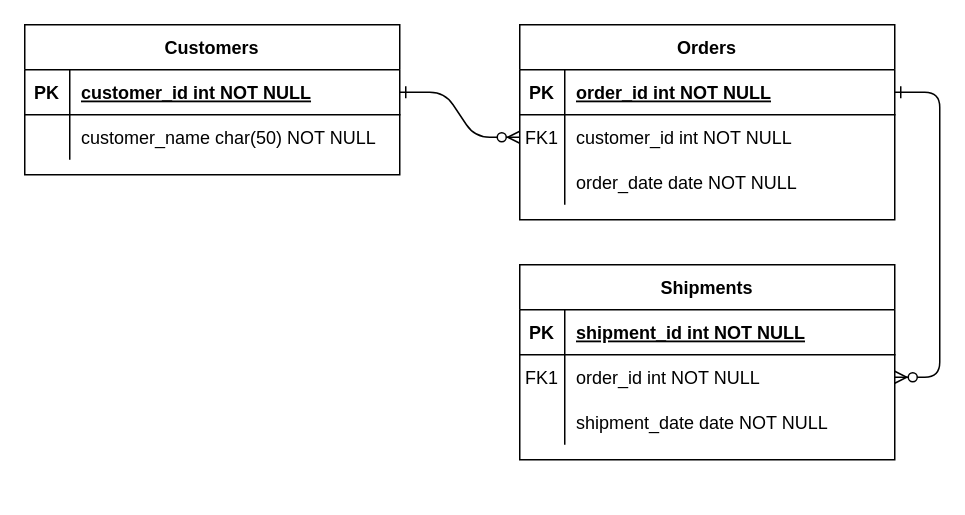
This is resource/제목 없는 다이어그램.drawio from cryscham123/ERdiagram, a draw.io file, before an edit. Source tidied: cells renumbered, new cells numbered last; positions are measured from the earlier drawing's top-left corner, leaving out a move shared by most shapes. Both pictures are drawn from the tidied source at 150%, with x=0, y=0 at pixel (24, 24).
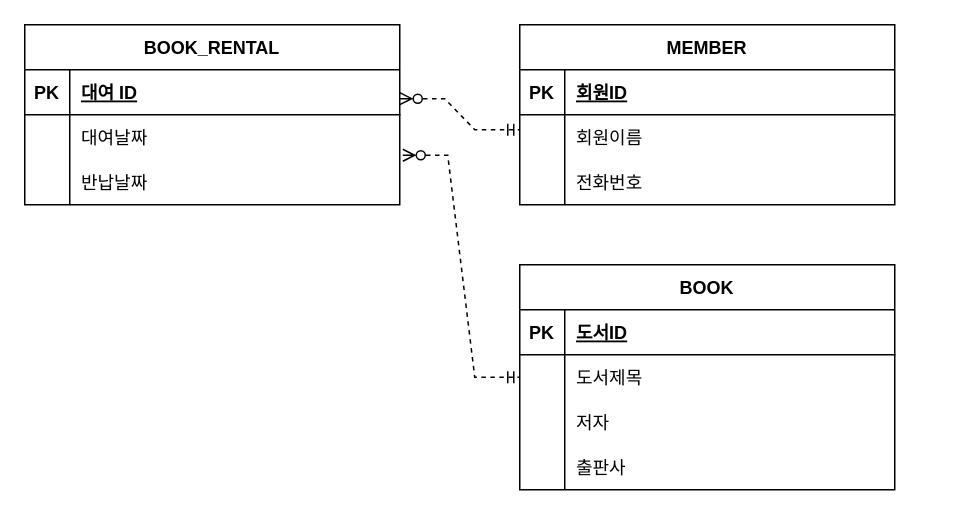
The same diagram, later.

Commit message:
제목 없는 다이어그램.drawio 업데이트

Unchanged cells that the change refers to:
```xml
<mxCell id="5" style="shape=partialRectangle;fillColor=none;points=[[0,0.5],[1,0.5]];portConstraint=eastwest;top=0;left=0;right=0;bottom=1;" parent="4" vertex="1">
  <mxGeometry y="30" width="250" height="30" as="geometry" />
</mxCell>
<mxCell id="15" style="shape=partialRectangle;fillColor=none;top=0;left=0;right=0;bottom=1;" parent="14" vertex="1">
  <mxGeometry y="30" width="250" height="30" as="geometry" />
</mxCell>
<mxCell id="25" style="shape=partialRectangle;fillColor=none;points=[[0,0.5],[1,0.5]];portConstraint=eastwest;top=0;left=0;right=0;bottom=1;" parent="24" vertex="1">
  <mxGeometry y="30" width="250" height="30" as="geometry" />
</mxCell>
<mxCell id="28" style="shape=partialRectangle;fillColor=none;top=0;left=0;right=0;bottom=0;" parent="24" vertex="1">
  <mxGeometry y="60" width="250" height="30" as="geometry" />
</mxCell>
```

What changed in the source:
```diff
@@
-    <mxCell id="2" style="edgeStyle=entityRelationEdgeStyle;endArrow=ERzeroToMany;startArrow=ERone;endFill=1;startFill=0;" parent="1" edge="1" source="25" target="8">
-      <mxGeometry relative="1" as="geometry" />
-    </mxCell>
-    <mxCell id="3" style="edgeStyle=entityRelationEdgeStyle;endArrow=ERzeroToMany;startArrow=ERone;endFill=1;startFill=0;" parent="1" edge="1" source="5" target="18">
-      <mxGeometry relative="1" as="geometry" />
-    </mxCell>
-    <mxCell id="4" value="Orders" style="shape=table;startSize=30;childLayout=tableLayout;rowLines=0;fontStyle=1;align=center;" parent="1" vertex="1">
-      <mxGeometry x="330" width="250" height="130" as="geometry" />
+    <mxCell id="4" value="MEMBER" style="shape=table;startSize=30;childLayout=tableLayout;rowLines=0;fontStyle=1;align=center;" parent="1" vertex="1">
+      <mxGeometry x="330" width="250" height="120" as="geometry" />
     </mxCell>
@@
-    <mxCell id="7" value="order_id int NOT NULL " style="shape=partialRectangle;overflow=hidden;fillColor=none;top=0;left=0;bottom=0;right=0;align=left;spacingLeft=6;fontStyle=5;" parent="5" vertex="1">
+    <mxCell id="7" value="회원ID" style="shape=partialRectangle;overflow=hidden;fillColor=none;top=0;left=0;bottom=0;right=0;align=left;spacingLeft=6;fontStyle=5;" parent="5" vertex="1">
       <mxGeometry x="30" width="220" height="30" as="geometry" />
     </mxCell>
-    <mxCell id="8" style="shape=partialRectangle;fillColor=none;points=[[0,0.5],[1,0.5]];portConstraint=eastwest;top=0;left=0;right=0;bottom=0;" parent="4" vertex="1">
-      <mxGeometry y="60" width="250" height="30" as="geometry" />
-    </mxCell>
-    <mxCell id="9" value="FK1" style="shape=partialRectangle;overflow=hidden;fillColor=none;top=0;left=0;bottom=0;right=0;" parent="8" vertex="1">
-      <mxGeometry width="30" height="30" as="geometry" />
-    </mxCell>
-    <mxCell id="10" value="customer_id int NOT NULL" style="shape=partialRectangle;overflow=hidden;fillColor=none;top=0;left=0;bottom=0;right=0;align=left;spacingLeft=6;" parent="8" vertex="1">
-      <mxGeometry x="30" width="220" height="30" as="geometry" />
-    </mxCell>
     <mxCell id="11" style="shape=partialRectangle;fillColor=none;points=[[0,0.5],[1,0.5]];portConstraint=eastwest;top=0;left=0;right=0;bottom=0;" parent="4" vertex="1">
-      <mxGeometry y="90" width="250" height="30" as="geometry" />
+      <mxGeometry y="60" width="250" height="30" as="geometry" />
     </mxCell>
@@
-    <mxCell id="13" value="order_date date NOT NULL" style="shape=partialRectangle;overflow=hidden;fillColor=none;top=0;left=0;bottom=0;right=0;align=left;spacingLeft=6;" parent="11" vertex="1">
+    <mxCell id="13" value="회원이름" style="shape=partialRectangle;overflow=hidden;fillColor=none;top=0;left=0;bottom=0;right=0;align=left;spacingLeft=6;" parent="11" vertex="1">
       <mxGeometry x="30" width="220" height="30" as="geometry" />
     </mxCell>
+    <mxCell id="31" style="shape=partialRectangle;fillColor=none;top=0;left=0;right=0;bottom=0;" parent="4" vertex="1">
+      <mxGeometry y="90" width="250" height="30" as="geometry" />
+    </mxCell>
+    <mxCell id="32" style="shape=partialRectangle;overflow=hidden;fillColor=none;top=0;left=0;bottom=0;right=0;" parent="31" vertex="1">
+      <mxGeometry width="30" height="30" as="geometry" />
+    </mxCell>
+    <mxCell id="33" value="전화번호" style="shape=partialRectangle;overflow=hidden;fillColor=none;top=0;left=0;bottom=0;right=0;align=left;spacingLeft=6;" parent="31" vertex="1">
+      <mxGeometry x="30" width="220" height="30" as="geometry" />
+    </mxCell>
-    <mxCell id="14" value="Shipments" style="shape=table;startSize=30;childLayout=tableLayout;rowLines=0;fontStyle=1;align=center;" parent="1" vertex="1">
-      <mxGeometry x="330" y="160" width="250" height="130" as="geometry" />
+    <mxCell id="14" value="BOOK" style="shape=table;startSize=30;childLayout=tableLayout;rowLines=0;fontStyle=1;align=center;" parent="1" vertex="1">
+      <mxGeometry x="330" y="160" width="250" height="150" as="geometry" />
     </mxCell>
@@
-    <mxCell id="17" value="shipment_id int NOT NULL " style="shape=partialRectangle;overflow=hidden;fillColor=none;top=0;left=0;bottom=0;right=0;align=left;spacingLeft=6;fontStyle=5;" parent="15" vertex="1">
+    <mxCell id="17" value="도서ID" style="shape=partialRectangle;overflow=hidden;fillColor=none;top=0;left=0;bottom=0;right=0;align=left;spacingLeft=6;fontStyle=5;" parent="15" vertex="1">
       <mxGeometry x="30" width="220" height="30" as="geometry" />
     </mxCell>
-    <mxCell id="18" style="shape=partialRectangle;fillColor=none;points=[[0,0.5],[1,0.5]];portConstraint=eastwest;top=0;left=0;right=0;bottom=0;" parent="14" vertex="1">
-      <mxGeometry y="60" width="250" height="30" as="geometry" />
-    </mxCell>
-    <mxCell id="19" value="FK1" style="shape=partialRectangle;overflow=hidden;fillColor=none;top=0;left=0;bottom=0;right=0;" parent="18" vertex="1">
-      <mxGeometry width="30" height="30" as="geometry" />
-    </mxCell>
-    <mxCell id="20" value="order_id int NOT NULL" style="shape=partialRectangle;overflow=hidden;fillColor=none;top=0;left=0;bottom=0;right=0;align=left;spacingLeft=6;" parent="18" vertex="1">
-      <mxGeometry x="30" width="220" height="30" as="geometry" />
-    </mxCell>
     <mxCell id="21" style="shape=partialRectangle;fillColor=none;points=[[0,0.5],[1,0.5]];portConstraint=eastwest;top=0;left=0;right=0;bottom=0;" parent="14" vertex="1">
-      <mxGeometry y="90" width="250" height="30" as="geometry" />
+      <mxGeometry y="60" width="250" height="30" as="geometry" />
     </mxCell>
@@
-    <mxCell id="23" value="shipment_date date NOT NULL" style="shape=partialRectangle;overflow=hidden;fillColor=none;top=0;left=0;bottom=0;right=0;align=left;spacingLeft=6;" parent="21" vertex="1">
+    <mxCell id="23" value="도서제목" style="shape=partialRectangle;overflow=hidden;fillColor=none;top=0;left=0;bottom=0;right=0;align=left;spacingLeft=6;" parent="21" vertex="1">
       <mxGeometry x="30" width="220" height="30" as="geometry" />
     </mxCell>
+    <mxCell id="34" style="shape=partialRectangle;fillColor=none;top=0;left=0;right=0;bottom=0;" parent="14" vertex="1">
+      <mxGeometry y="90" width="250" height="30" as="geometry" />
+    </mxCell>
+    <mxCell id="35" style="shape=partialRectangle;overflow=hidden;fillColor=none;top=0;left=0;bottom=0;right=0;" parent="34" vertex="1">
+      <mxGeometry width="30" height="30" as="geometry" />
+    </mxCell>
+    <mxCell id="36" value="저자" style="shape=partialRectangle;overflow=hidden;fillColor=none;top=0;left=0;bottom=0;right=0;align=left;spacingLeft=6;" parent="34" vertex="1">
+      <mxGeometry x="30" width="220" height="30" as="geometry" />
+    </mxCell>
+    <mxCell id="37" style="shape=partialRectangle;fillColor=none;top=0;left=0;right=0;bottom=0;" parent="14" vertex="1">
+      <mxGeometry y="120" width="250" height="30" as="geometry" />
+    </mxCell>
+    <mxCell id="38" style="shape=partialRectangle;overflow=hidden;fillColor=none;top=0;left=0;bottom=0;right=0;" parent="37" vertex="1">
+      <mxGeometry width="30" height="30" as="geometry" />
+    </mxCell>
+    <mxCell id="39" value="출판사" style="shape=partialRectangle;overflow=hidden;fillColor=none;top=0;left=0;bottom=0;right=0;align=left;spacingLeft=6;" parent="37" vertex="1">
+      <mxGeometry x="30" width="220" height="30" as="geometry" />
+    </mxCell>
-    <mxCell id="24" value="Customers" style="shape=table;startSize=30;childLayout=tableLayout;rowLines=0;fontStyle=1;align=center;" parent="1" vertex="1">
-      <mxGeometry width="250" height="100" as="geometry" />
+    <mxCell id="24" value="BOOK_RENTAL" style="shape=table;startSize=30;childLayout=tableLayout;rowLines=0;fontStyle=1;align=center;" parent="1" vertex="1">
+      <mxGeometry width="250" height="120" as="geometry" />
     </mxCell>
@@
-    <mxCell id="27" value="customer_id int NOT NULL " style="shape=partialRectangle;overflow=hidden;fillColor=none;top=0;left=0;bottom=0;right=0;align=left;spacingLeft=6;fontStyle=5;" parent="25" vertex="1">
+    <mxCell id="27" value="대여 ID" style="shape=partialRectangle;overflow=hidden;fillColor=none;top=0;left=0;bottom=0;right=0;align=left;spacingLeft=6;fontStyle=5;" parent="25" vertex="1">
       <mxGeometry x="30" width="220" height="30" as="geometry" />
     </mxCell>
@@
-    <mxCell id="30" value="customer_name char(50) NOT NULL" style="shape=partialRectangle;overflow=hidden;fillColor=none;top=0;left=0;bottom=0;right=0;align=left;spacingLeft=6;" parent="28" vertex="1">
+    <mxCell id="30" value="대여날짜" style="shape=partialRectangle;overflow=hidden;fillColor=none;top=0;left=0;bottom=0;right=0;align=left;spacingLeft=6;" parent="28" vertex="1">
       <mxGeometry x="30" width="220" height="30" as="geometry" />
     </mxCell>
+    <mxCell id="40" style="shape=partialRectangle;fillColor=none;points=[[0,0.5],[1,0.5]];portConstraint=eastwest;top=0;left=0;right=0;bottom=0;" parent="24" vertex="1">
+      <mxGeometry y="90" width="250" height="30" as="geometry" />
+    </mxCell>
+    <mxCell id="41" style="shape=partialRectangle;overflow=hidden;fillColor=none;top=0;left=0;bottom=0;right=0;" parent="40" vertex="1">
+      <mxGeometry width="30" height="30" as="geometry" />
+    </mxCell>
+    <mxCell id="42" value="반납날짜" style="shape=partialRectangle;overflow=hidden;fillColor=none;top=0;left=0;bottom=0;right=0;align=left;spacingLeft=6;" parent="40" vertex="1">
+      <mxGeometry x="30" width="220" height="30" as="geometry" />
+    </mxCell>
+    <mxCell id="43" style="edgeStyle=entityRelationEdgeStyle;fontSize=12;html=1;endArrow=ERmandOne;startArrow=ERzeroToMany;rounded=0;exitX=1;exitY=0.643;exitDx=0;exitDy=0;dashed=1;exitPerimeter=0;entryX=0;entryY=0.333;entryDx=0;entryDy=0;entryPerimeter=0;startFill=0;endFill=0;" parent="1" edge="1" source="25" target="11">
+      <mxGeometry relative="1" as="geometry" />
+    </mxCell>
+    <mxCell id="44" style="edgeStyle=entityRelationEdgeStyle;fontSize=12;html=1;endArrow=ERmandOne;startArrow=ERzeroToMany;rounded=0;entryX=0;entryY=0.5;entryDx=0;entryDy=0;exitX=1.008;exitY=-0.1;exitDx=0;exitDy=0;exitPerimeter=0;dashed=1;startFill=0;endFill=0;" parent="1" edge="1" source="40" target="21">
+      <mxGeometry relative="1" as="geometry" />
+    </mxCell>
```
